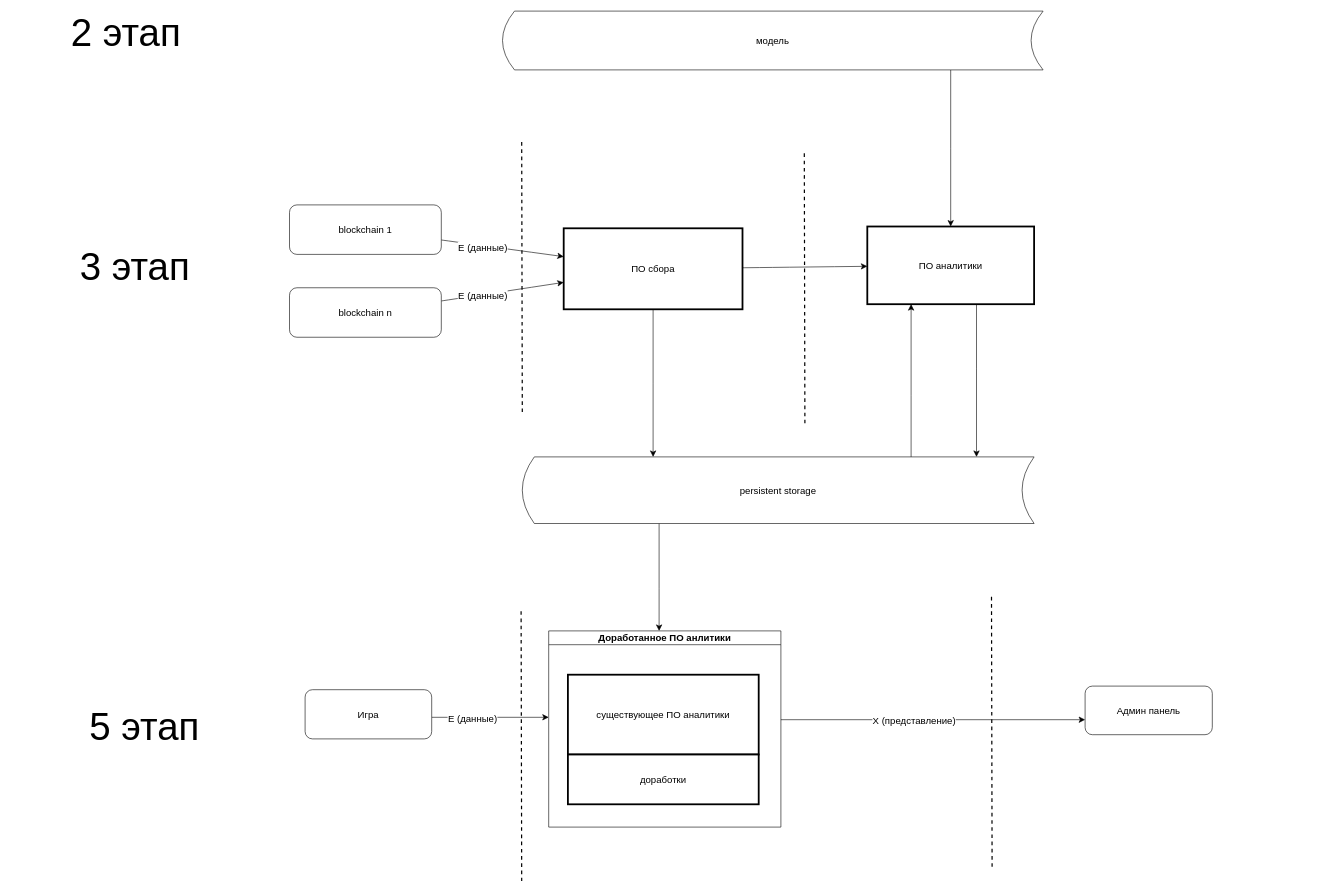
careock/diagrams keeps this draw.io diagram as Диаграмма без названия.drawio. Above is the earlier version. Source tidied: cells renumbered, new cells numbered last; positions are measured from the earlier drawing's top-left corner, leaving out a move shared by most shapes. Both pictures are drawn from the tidied source at 60%, with x=0, y=0 at pixel (10, 11).
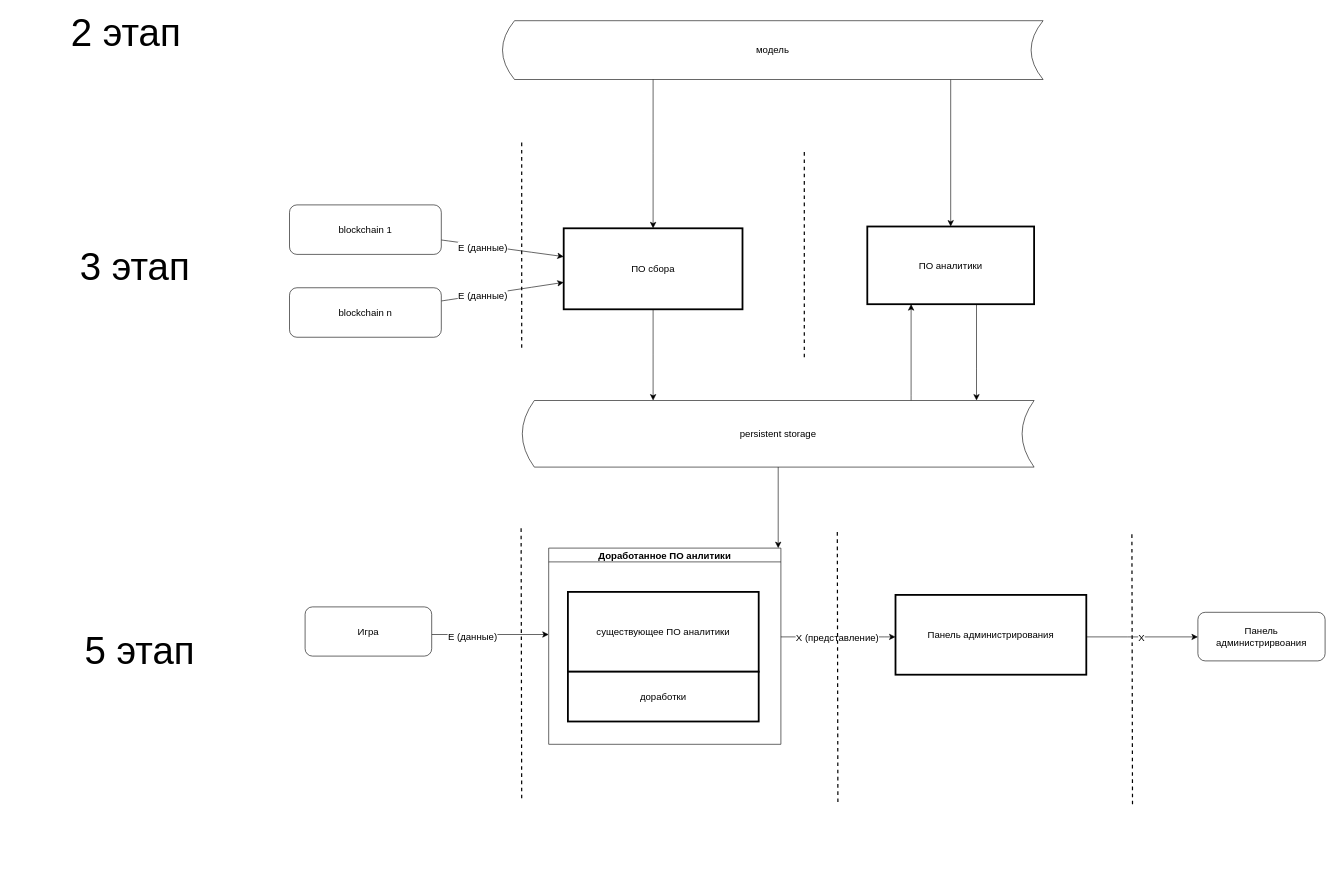
After the change.

The change refers to these unchanged cells:
```xml
<mxCell id="21" value="ПО сбора" style="rounded=0;whiteSpace=wrap;html=1;fontSize=16;strokeWidth=3;" parent="1" vertex="1">
  <mxGeometry x="922" y="362" width="298" height="135" as="geometry" />
</mxCell>
<mxCell id="22" value="ПО аналитики" style="rounded=0;whiteSpace=wrap;html=1;fontSize=16;strokeWidth=3;" parent="1" vertex="1">
  <mxGeometry x="1428" y="359" width="278" height="129.5" as="geometry" />
</mxCell>
```

Diff of the diagram source:
```diff
@@
-    <mxCell id="2" style="edgeStyle=elbowEdgeStyle;rounded=0;jettySize=auto;html=1;fontSize=12;startSize=8;endSize=8;startArrow=classic;startFill=1;endArrow=none;endFill=0;elbow=vertical;" parent="1" edge="1" source="4" target="31">
+    <mxCell id="2" style="edgeStyle=elbowEdgeStyle;rounded=0;jettySize=auto;html=1;fontSize=12;startSize=8;endSize=8;startArrow=classic;startFill=1;endArrow=none;endFill=0;elbow=vertical;" parent="1" edge="1" source="34" target="31">
       <mxGeometry relative="1" as="geometry">
         <Array as="points">
-          <mxPoint x="1456" y="1181" />
+          <mxPoint x="1456" y="1043" />
         </Array>
       </mxGeometry>
     </mxCell>
@@
-    <mxCell id="4" value="Админ панель" style="rounded=1;whiteSpace=wrap;html=1;fontSize=16;" parent="1" vertex="1">
-      <mxGeometry x="1791" y="1125" width="212" height="81" as="geometry" />
+    <mxCell id="4" value="Панель администрирвоания" style="rounded=1;whiteSpace=wrap;html=1;fontSize=16;" parent="1" vertex="1">
+      <mxGeometry x="1979" y="1002" width="212" height="81" as="geometry" />
     </mxCell>
@@
     <mxCell id="7" value="persistent storage" style="shape=dataStorage;whiteSpace=wrap;html=1;fixedSize=1;fontSize=16;" parent="1" vertex="1">
-      <mxGeometry x="853" y="743" width="853" height="111" as="geometry" />
+      <mxGeometry x="853" y="649" width="853" height="111" as="geometry" />
     </mxCell>
     <mxCell id="8" style="edgeStyle=elbowEdgeStyle;rounded=0;jettySize=auto;html=1;fontSize=12;startSize=8;endSize=8;" parent="1" edge="1" source="10" target="31">
       <mxGeometry relative="1" as="geometry">
         <Array as="points">
-          <mxPoint x="807" y="1177" />
-          <mxPoint x="775" y="1146" />
-          <mxPoint x="925" y="947" />
+          <mxPoint x="807" y="1039" />
+          <mxPoint x="775" y="1008" />
+          <mxPoint x="925" y="809" />
         </Array>
       </mxGeometry>
     </mxCell>
@@
     <mxCell id="10" value="Игра" style="rounded=1;whiteSpace=wrap;html=1;fontSize=16;" parent="1" vertex="1">
-      <mxGeometry x="491" y="1131" width="211" height="82" as="geometry" />
+      <mxGeometry x="491" y="993" width="211" height="82" as="geometry" />
     </mxCell>
@@
     <mxCell id="18" style="endArrow=none;dashed=1;html=1;strokeWidth=2;rounded=0;fontSize=12;startSize=8;endSize=8;curved=1;" parent="1" edge="1">
       <mxGeometry relative="1" as="geometry">
-        <mxPoint x="1324" y="687" as="sourcePoint" />
+        <mxPoint x="1323" y="577" as="sourcePoint" />
         <mxPoint x="1323" y="235" as="targetPoint" />
       </mxGeometry>
     </mxCell>
@@
     <mxCell id="20" value="5 этап" style="text;html=1;strokeColor=none;fillColor=none;align=center;verticalAlign=middle;whiteSpace=wrap;rounded=0;fontSize=64;" parent="1" vertex="1">
-      <mxGeometry x="31" y="1179" width="385" height="30" as="geometry" />
+      <mxGeometry x="23" y="1051" width="385" height="30" as="geometry" />
     </mxCell>
@@
-    <mxCell id="23" style="edgeStyle=none;curved=1;rounded=0;jettySize=auto;html=1;fontSize=12;startSize=8;endSize=8;" parent="1" edge="1" source="21" target="22">
-      <mxGeometry relative="1" as="geometry" />
-    </mxCell>
     <mxCell id="24" style="endArrow=none;dashed=1;html=1;strokeWidth=2;rounded=0;fontSize=12;startSize=8;endSize=8;curved=1;" parent="1" edge="1">
       <mxGeometry relative="1" as="geometry">
-        <mxPoint x="853" y="668" as="sourcePoint" />
+        <mxPoint x="852" y="561" as="sourcePoint" />
         <mxPoint x="852" y="216" as="targetPoint" />
       </mxGeometry>
     </mxCell>
@@
     <mxCell id="26" style="endArrow=none;dashed=1;html=1;strokeWidth=2;rounded=0;fontSize=12;startSize=8;endSize=8;curved=1;" parent="1" edge="1">
       <mxGeometry relative="1" as="geometry">
-        <mxPoint x="852" y="1450" as="sourcePoint" />
-        <mxPoint x="851" y="998" as="targetPoint" />
+        <mxPoint x="852" y="1312" as="sourcePoint" />
+        <mxPoint x="851" y="860" as="targetPoint" />
       </mxGeometry>
     </mxCell>
@@
     <mxCell id="28" value="модель" style="shape=dataStorage;whiteSpace=wrap;html=1;fixedSize=1;fontSize=16;" parent="1" vertex="1">
-      <mxGeometry x="820" width="901" height="98" as="geometry" />
+      <mxGeometry x="820" y="16" width="901" height="98" as="geometry" />
     </mxCell>
@@
     <mxCell id="30" style="endArrow=none;dashed=1;html=1;strokeWidth=2;rounded=0;fontSize=12;startSize=8;endSize=8;curved=1;" parent="1" edge="1">
       <mxGeometry relative="1" as="geometry">
-        <mxPoint x="1636" y="1426" as="sourcePoint" />
-        <mxPoint x="1635" y="974" as="targetPoint" />
+        <mxPoint x="1379" y="1318" as="sourcePoint" />
+        <mxPoint x="1378" y="866" as="targetPoint" />
       </mxGeometry>
     </mxCell>
     <mxCell id="31" value="Доработанное ПО анлитики" style="swimlane;whiteSpace=wrap;html=1;fontSize=16;" parent="1" vertex="1">
-      <mxGeometry x="897" y="1033" width="387" height="327" as="geometry" />
+      <mxGeometry x="897" y="895" width="387" height="327" as="geometry" />
     </mxCell>
@@
+    <mxCell id="34" value="Панель администрирования" style="rounded=0;whiteSpace=wrap;html=1;fontSize=16;strokeWidth=3;" parent="1" vertex="1">
+      <mxGeometry x="1475" y="973" width="318" height="133" as="geometry" />
+    </mxCell>
+    <mxCell id="35" style="endArrow=none;dashed=1;html=1;strokeWidth=2;rounded=0;fontSize=12;startSize=8;endSize=8;curved=1;" parent="1" edge="1">
+      <mxGeometry relative="1" as="geometry">
+        <mxPoint x="1870" y="1322" as="sourcePoint" />
+        <mxPoint x="1869" y="870" as="targetPoint" />
+      </mxGeometry>
+    </mxCell>
+    <mxCell id="36" style="edgeStyle=elbowEdgeStyle;rounded=0;jettySize=auto;html=1;fontSize=12;startSize=8;endSize=8;startArrow=classic;startFill=1;endArrow=none;endFill=0;elbow=vertical;" parent="1" edge="1" source="4" target="34">
+      <mxGeometry relative="1" as="geometry">
+        <Array as="points">
+          <mxPoint x="1862" y="1043" />
+        </Array>
+      </mxGeometry>
+    </mxCell>
+    <mxCell id="37" value="X" style="edgeLabel;html=1;align=center;verticalAlign=middle;fontSize=16;" parent="36" vertex="1">
+      <mxGeometry x="0.19" y="-4" relative="1" as="geometry">
+        <mxPoint x="16" y="5" as="offset" />
+      </mxGeometry>
+    </mxCell>
+    <mxCell id="38" style="edgeStyle=elbowEdgeStyle;rounded=0;jettySize=auto;html=1;fontSize=12;startSize=8;endSize=8;" parent="1" edge="1" source="28" target="21">
+      <mxGeometry relative="1" as="geometry" />
+    </mxCell>
```
